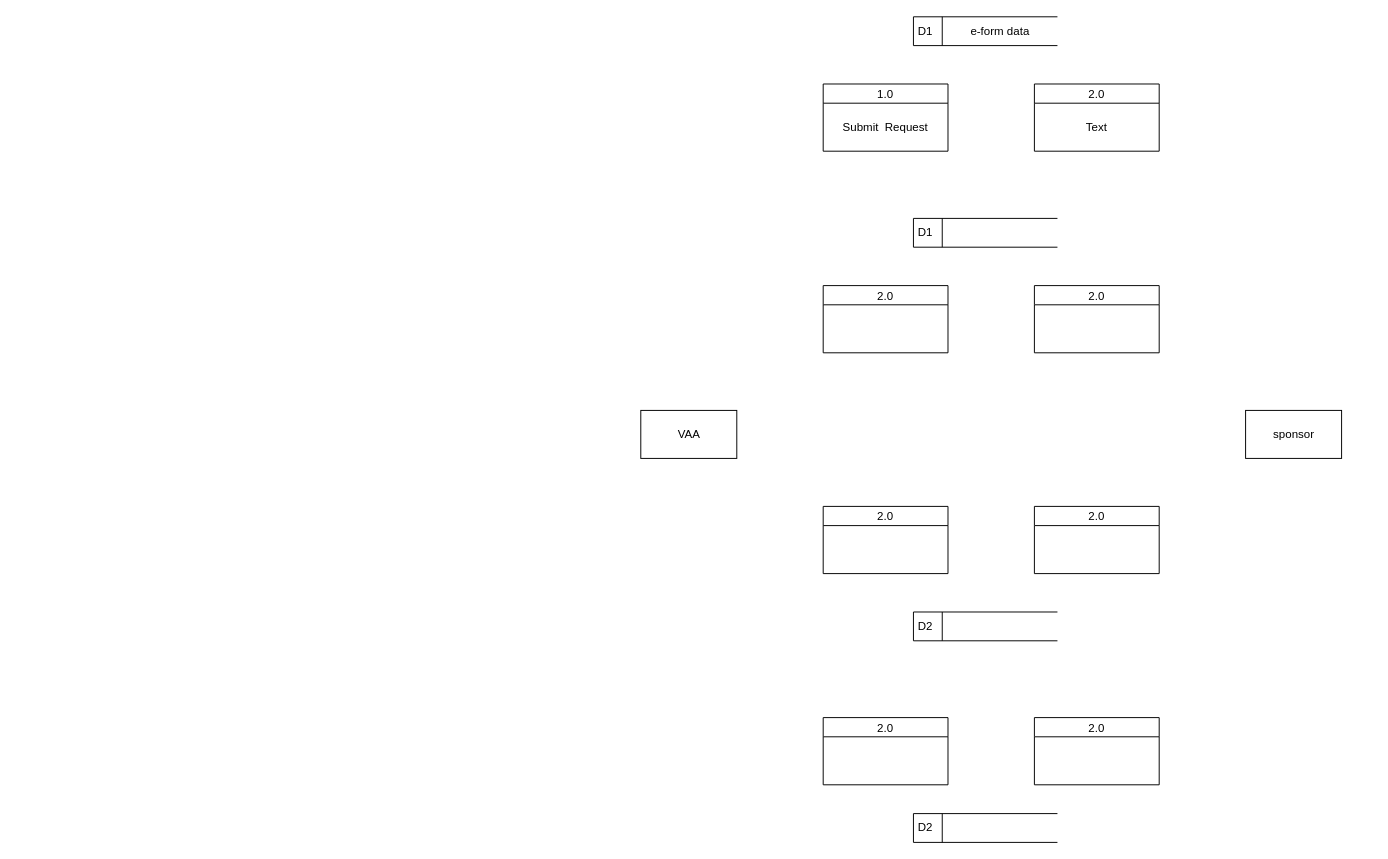
Before: DFD.drawio in forthegame/ANU2024, a draw.io diagram. Source tidied: cells renumbered, new cells numbered last; positions are measured from the earlier drawing's top-left corner, leaving out a move shared by most shapes. Both pictures are drawn from the tidied source at 96%, with x=0, y=0 at pixel (640, 16).
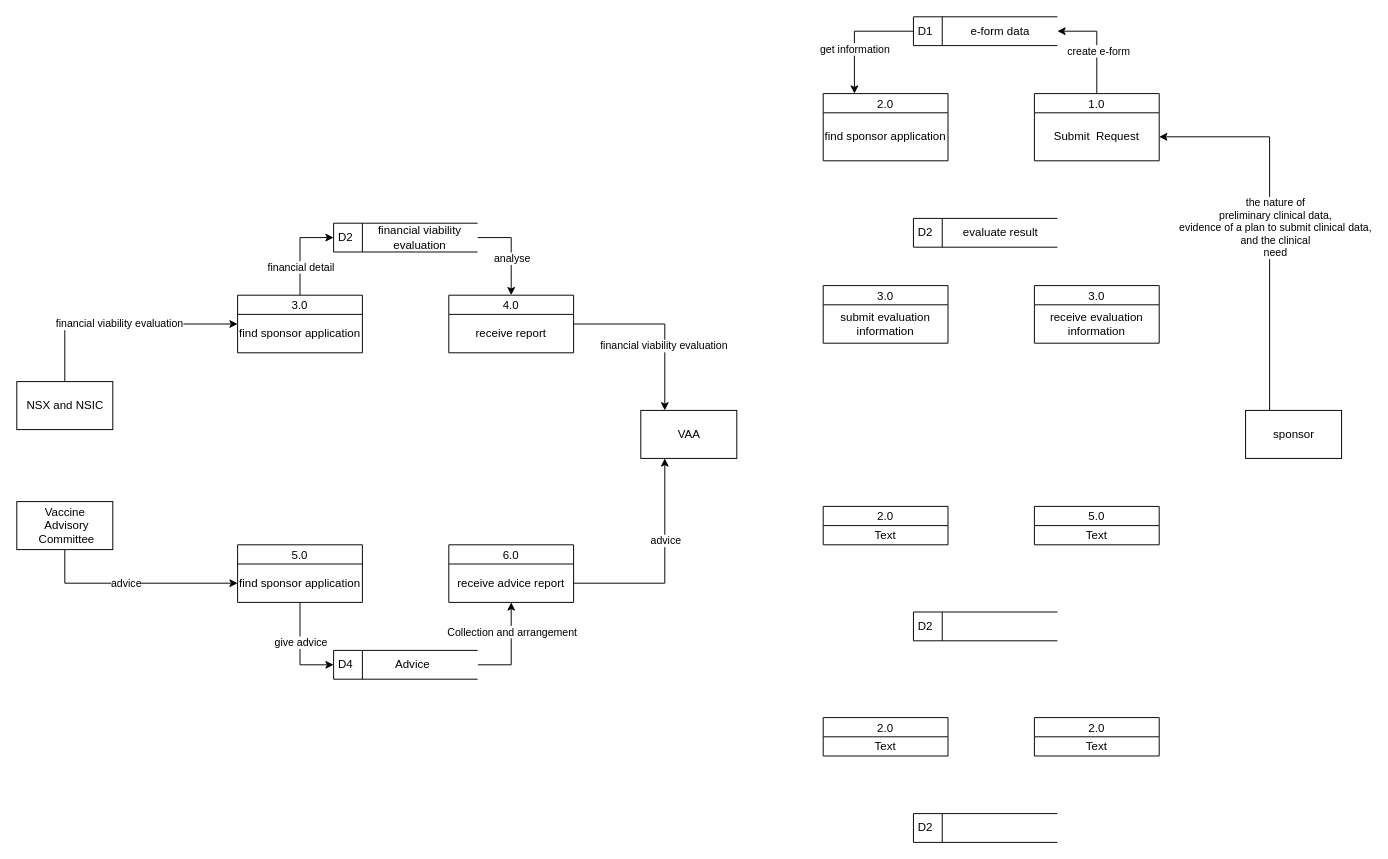
After the change.

The change refers to these unchanged cells:
```xml
<mxCell id="2" value="sponsor" style="html=1;dashed=0;whitespace=wrap;" parent="1" vertex="1">
  <mxGeometry x="630" y="410" width="100" height="50" as="geometry" />
</mxCell>
<mxCell id="4" value="Submit&amp;nbsp; Request" style="text;html=1;strokeColor=none;fillColor=none;align=center;verticalAlign=middle;whiteSpace=wrap;rounded=0;" parent="3" vertex="1">
  <mxGeometry y="20" width="130" height="50" as="geometry" />
</mxCell>
<mxCell id="6" value="VAA" style="html=1;dashed=0;whitespace=wrap;" parent="1" vertex="1">
  <mxGeometry y="410" width="100" height="50" as="geometry" />
</mxCell>
<mxCell id="17" value="D1" style="html=1;dashed=0;whitespace=wrap;shape=mxgraph.dfd.dataStoreID;align=left;spacingLeft=3;points=[[0,0],[0.5,0],[1,0],[0,0.5],[1,0.5],[0,1],[0.5,1],[1,1]];" parent="1" vertex="1">
  <mxGeometry x="284" width="150" height="30" as="geometry" />
</mxCell>
```

Change to the diagram source:
```diff
@@
+    <mxCell id="19" style="edgeStyle=orthogonalEdgeStyle;rounded=0;jettySize=auto;html=1;exitX=0.25;exitY=0;exitDx=0;exitDy=0;entryX=1;entryY=0.5;entryDx=0;entryDy=0;" parent="1" edge="1" source="2" target="4">
+      <mxGeometry relative="1" as="geometry" />
+    </mxCell>
+    <mxCell id="20" value="the nature of &lt;br/&gt;preliminary clinical data, &lt;br&gt;evidence of a plan to submit clinical data, &lt;br&gt;and the clinical &lt;br/&gt;need" style="edgeLabel;html=1;align=center;verticalAlign=middle;" parent="19" vertex="1">
+      <mxGeometry x="-0.06" y="1" relative="1" as="geometry">
+        <mxPoint x="6" y="-2" as="offset" />
+      </mxGeometry>
+    </mxCell>
@@
+    <mxCell id="21" style="edgeStyle=orthogonalEdgeStyle;rounded=0;jettySize=auto;html=1;exitX=0.5;exitY=0;exitDx=0;exitDy=0;entryX=1;entryY=0.5;entryDx=0;entryDy=0;" parent="1" edge="1" source="3" target="17">
+      <mxGeometry relative="1" as="geometry" />
+    </mxCell>
+    <mxCell id="22" value="create e-form" style="edgeLabel;html=1;align=center;verticalAlign=middle;" parent="21" vertex="1">
+      <mxGeometry x="-0.16" y="-1" relative="1" as="geometry" />
+    </mxCell>
     <mxCell id="3" value="1.0" style="swimlane;fontStyle=0;horizontal=1;startSize=20;fillColor=#ffffff;swimlaneFillColor=#ffffff;" parent="1" vertex="1">
-      <mxGeometry x="190" y="70" width="130" height="70" as="geometry" />
+      <mxGeometry x="410" y="80" width="130" height="70" as="geometry" />
     </mxCell>
@@
-    <mxCell id="5" value="D1" style="html=1;dashed=0;whitespace=wrap;shape=mxgraph.dfd.dataStoreID;align=left;spacingLeft=3;" parent="1" vertex="1">
+    <mxCell id="5" value="D2" style="html=1;dashed=0;whitespace=wrap;shape=mxgraph.dfd.dataStoreID;align=left;spacingLeft=3;" parent="1" vertex="1">
       <mxGeometry x="284" y="210" width="150" height="30" as="geometry" />
     </mxCell>
@@
-    <mxCell id="8" value="2.0" style="swimlane;fontStyle=0;horizontal=1;startSize=20;fillColor=#ffffff;swimlaneFillColor=#ffffff;" parent="1" vertex="1">
-      <mxGeometry x="410" y="280" width="130" height="70" as="geometry" />
+    <mxCell id="8" value="3.0" style="swimlane;fontStyle=0;horizontal=1;startSize=20;fillColor=#ffffff;swimlaneFillColor=#ffffff;" parent="1" vertex="1">
+      <mxGeometry x="410" y="280" width="130" height="60" as="geometry" />
     </mxCell>
+    <mxCell id="23" value="receive evaluation information" style="text;html=1;strokeColor=none;fillColor=none;align=center;verticalAlign=middle;whiteSpace=wrap;rounded=0;" parent="8" vertex="1">
+      <mxGeometry y="20" width="130" height="40" as="geometry" />
+    </mxCell>
     <mxCell id="9" value="2.0" style="swimlane;fontStyle=0;horizontal=1;startSize=20;fillColor=#ffffff;swimlaneFillColor=#ffffff;" parent="1" vertex="1">
-      <mxGeometry x="190" y="510" width="130" height="70" as="geometry" />
+      <mxGeometry x="190" y="510" width="130" height="40" as="geometry" />
     </mxCell>
+    <mxCell id="24" value="Text" style="text;html=1;strokeColor=none;fillColor=none;align=center;verticalAlign=middle;whiteSpace=wrap;rounded=0;" parent="9" vertex="1">
+      <mxGeometry y="20" width="130" height="20" as="geometry" />
+    </mxCell>
-    <mxCell id="10" value="2.0" style="swimlane;fontStyle=0;horizontal=1;startSize=20;fillColor=#ffffff;swimlaneFillColor=#ffffff;" parent="1" vertex="1">
-      <mxGeometry x="410" y="510" width="130" height="70" as="geometry" />
+    <mxCell id="10" value="5.0" style="swimlane;fontStyle=0;horizontal=1;startSize=20;fillColor=#ffffff;swimlaneFillColor=#ffffff;" parent="1" vertex="1">
+      <mxGeometry x="410" y="510" width="130" height="40" as="geometry" />
     </mxCell>
+    <mxCell id="25" value="Text" style="text;html=1;strokeColor=none;fillColor=none;align=center;verticalAlign=middle;whiteSpace=wrap;rounded=0;" parent="10" vertex="1">
+      <mxGeometry y="20" width="130" height="20" as="geometry" />
+    </mxCell>
     <mxCell id="11" value="2.0" style="swimlane;fontStyle=0;horizontal=1;startSize=20;fillColor=#ffffff;swimlaneFillColor=#ffffff;" parent="1" vertex="1">
-      <mxGeometry x="190" y="730" width="130" height="70" as="geometry" />
+      <mxGeometry x="190" y="730" width="130" height="40" as="geometry" />
     </mxCell>
+    <mxCell id="26" value="Text" style="text;html=1;strokeColor=none;fillColor=none;align=center;verticalAlign=middle;whiteSpace=wrap;rounded=0;" parent="11" vertex="1">
+      <mxGeometry y="20" width="130" height="20" as="geometry" />
+    </mxCell>
     <mxCell id="12" value="2.0" style="swimlane;fontStyle=0;horizontal=1;startSize=20;fillColor=#ffffff;swimlaneFillColor=#ffffff;" parent="1" vertex="1">
-      <mxGeometry x="410" y="730" width="130" height="70" as="geometry" />
+      <mxGeometry x="410" y="730" width="130" height="40" as="geometry" />
     </mxCell>
+    <mxCell id="27" value="Text" style="text;html=1;strokeColor=none;fillColor=none;align=center;verticalAlign=middle;whiteSpace=wrap;rounded=0;" parent="12" vertex="1">
+      <mxGeometry y="20" width="130" height="20" as="geometry" />
+    </mxCell>
@@
-    <mxCell id="14" value="2.0" style="swimlane;fontStyle=0;horizontal=1;startSize=20;fillColor=#ffffff;swimlaneFillColor=#ffffff;" parent="1" vertex="1">
-      <mxGeometry x="190" y="280" width="130" height="70" as="geometry" />
+    <mxCell id="14" value="3.0" style="swimlane;fontStyle=0;horizontal=1;startSize=20;fillColor=#ffffff;swimlaneFillColor=#ffffff;" parent="1" vertex="1">
+      <mxGeometry x="190" y="280" width="130" height="60" as="geometry" />
     </mxCell>
+    <mxCell id="28" value="submit evaluation information" style="text;html=1;strokeColor=none;fillColor=none;align=center;verticalAlign=middle;whiteSpace=wrap;rounded=0;" parent="14" vertex="1">
+      <mxGeometry y="20" width="130" height="40" as="geometry" />
+    </mxCell>
     <mxCell id="15" value="2.0" style="swimlane;fontStyle=0;horizontal=1;startSize=20;fillColor=#ffffff;swimlaneFillColor=#ffffff;" parent="1" vertex="1">
-      <mxGeometry x="410" y="70" width="130" height="70" as="geometry" />
+      <mxGeometry x="190" y="80" width="130" height="70" as="geometry" />
     </mxCell>
-    <mxCell id="16" value="Text" style="text;html=1;strokeColor=none;fillColor=none;align=center;verticalAlign=middle;whiteSpace=wrap;rounded=0;" parent="15" vertex="1">
+    <mxCell id="16" value="find sponsor application" style="text;html=1;strokeColor=none;fillColor=none;align=center;verticalAlign=middle;whiteSpace=wrap;rounded=0;" parent="15" vertex="1">
       <mxGeometry y="20" width="130" height="50" as="geometry" />
     </mxCell>
+    <mxCell id="29" style="edgeStyle=orthogonalEdgeStyle;rounded=0;jettySize=auto;html=1;exitX=0;exitY=0.5;exitDx=0;exitDy=0;entryX=0.25;entryY=0;entryDx=0;entryDy=0;" parent="1" edge="1" source="17" target="15">
+      <mxGeometry relative="1" as="geometry" />
+    </mxCell>
+    <mxCell id="30" value="get information" style="edgeLabel;html=1;align=center;verticalAlign=middle;" parent="29" vertex="1">
+      <mxGeometry x="0.27" relative="1" as="geometry" />
+    </mxCell>
@@
+    <mxCell id="31" value="evaluate result" style="text;html=1;strokeColor=none;fillColor=none;align=center;verticalAlign=middle;whiteSpace=wrap;rounded=0;" parent="1" vertex="1">
+      <mxGeometry x="330" y="215" width="90" height="20" as="geometry" />
+    </mxCell>
+    <mxCell id="32" style="edgeStyle=orthogonalEdgeStyle;rounded=0;jettySize=auto;html=1;exitX=0.5;exitY=0;exitDx=0;exitDy=0;entryX=0;entryY=0.25;entryDx=0;entryDy=0;" parent="1" edge="1" source="34" target="43">
+      <mxGeometry relative="1" as="geometry" />
+    </mxCell>
+    <mxCell id="33" value="financial viability evaluation" style="edgeLabel;html=1;align=center;verticalAlign=middle;" parent="32" vertex="1">
+      <mxGeometry x="-0.03" y="1" relative="1" as="geometry" />
+    </mxCell>
+    <mxCell id="34" value="NSX and NSIC" style="html=1;dashed=0;whitespace=wrap;" parent="1" vertex="1">
+      <mxGeometry x="-650" y="380" width="100" height="50" as="geometry" />
+    </mxCell>
+    <mxCell id="35" style="edgeStyle=orthogonalEdgeStyle;rounded=0;jettySize=auto;html=1;exitX=0.5;exitY=1;exitDx=0;exitDy=0;entryX=0;entryY=0.5;entryDx=0;entryDy=0;" parent="1" edge="1" source="37" target="47">
+      <mxGeometry relative="1" as="geometry" />
+    </mxCell>
+    <mxCell id="36" value="advice" style="edgeLabel;html=1;align=center;verticalAlign=middle;" parent="35" vertex="1">
+      <mxGeometry x="-0.09" y="2" relative="1" as="geometry">
+        <mxPoint y="1" as="offset" />
+      </mxGeometry>
+    </mxCell>
+    <mxCell id="37" value="Vaccine&lt;br&gt;&amp;nbsp;Advisory&lt;br&gt;&amp;nbsp;Committee" style="html=1;dashed=0;whitespace=wrap;" parent="1" vertex="1">
+      <mxGeometry x="-650" y="505" width="100" height="50" as="geometry" />
+    </mxCell>
+    <mxCell id="38" value="4.0" style="swimlane;fontStyle=0;horizontal=1;startSize=20;fillColor=#ffffff;swimlaneFillColor=#ffffff;" parent="1" vertex="1">
+      <mxGeometry x="-200" y="290" width="130" height="60" as="geometry" />
+    </mxCell>
+    <mxCell id="39" value="receive report" style="text;html=1;strokeColor=none;fillColor=none;align=center;verticalAlign=middle;whiteSpace=wrap;rounded=0;" parent="38" vertex="1">
+      <mxGeometry y="20" width="130" height="40" as="geometry" />
+    </mxCell>
+    <mxCell id="40" style="edgeStyle=orthogonalEdgeStyle;rounded=0;jettySize=auto;html=1;exitX=0.5;exitY=0;exitDx=0;exitDy=0;entryX=0;entryY=0.5;entryDx=0;entryDy=0;" parent="1" edge="1" source="42" target="51">
+      <mxGeometry relative="1" as="geometry" />
+    </mxCell>
+    <mxCell id="41" value="financial detail" style="edgeLabel;html=1;align=center;verticalAlign=middle;" parent="40" vertex="1">
+      <mxGeometry x="-0.04" y="1" relative="1" as="geometry">
+        <mxPoint x="1" y="16" as="offset" />
+      </mxGeometry>
+    </mxCell>
+    <mxCell id="42" value="3.0" style="swimlane;fontStyle=0;horizontal=1;startSize=20;fillColor=#ffffff;swimlaneFillColor=#ffffff;" parent="1" vertex="1">
+      <mxGeometry x="-420" y="290" width="130" height="60" as="geometry" />
+    </mxCell>
+    <mxCell id="43" value="find sponsor application" style="text;html=1;strokeColor=none;fillColor=none;align=center;verticalAlign=middle;whiteSpace=wrap;rounded=0;" parent="42" vertex="1">
+      <mxGeometry y="20" width="130" height="40" as="geometry" />
+    </mxCell>
+    <mxCell id="44" value="6.0" style="swimlane;fontStyle=0;horizontal=1;startSize=20;fillColor=#ffffff;swimlaneFillColor=#ffffff;" parent="1" vertex="1">
+      <mxGeometry x="-200" y="550" width="130" height="60" as="geometry" />
+    </mxCell>
+    <mxCell id="45" value="receive advice report" style="text;html=1;strokeColor=none;fillColor=none;align=center;verticalAlign=middle;whiteSpace=wrap;rounded=0;" parent="44" vertex="1">
+      <mxGeometry y="20" width="130" height="40" as="geometry" />
+    </mxCell>
+    <mxCell id="46" value="5.0" style="swimlane;fontStyle=0;horizontal=1;startSize=20;fillColor=#ffffff;swimlaneFillColor=#ffffff;" parent="1" vertex="1">
+      <mxGeometry x="-420" y="550" width="130" height="60" as="geometry" />
+    </mxCell>
+    <mxCell id="47" value="find sponsor application" style="text;html=1;strokeColor=none;fillColor=none;align=center;verticalAlign=middle;whiteSpace=wrap;rounded=0;" parent="46" vertex="1">
+      <mxGeometry y="20" width="130" height="40" as="geometry" />
+    </mxCell>
+    <mxCell id="48" style="edgeStyle=orthogonalEdgeStyle;rounded=0;jettySize=auto;html=1;exitX=1;exitY=0.5;exitDx=0;exitDy=0;entryX=0.5;entryY=1;entryDx=0;entryDy=0;" parent="1" edge="1" source="50" target="45">
+      <mxGeometry relative="1" as="geometry" />
+    </mxCell>
+    <mxCell id="49" value="Collection and arrangement" style="edgeLabel;html=1;align=center;verticalAlign=middle;" parent="48" vertex="1">
+      <mxGeometry x="-0.01" relative="1" as="geometry">
+        <mxPoint y="-20" as="offset" />
+      </mxGeometry>
+    </mxCell>
+    <mxCell id="50" value="D4" style="html=1;dashed=0;whitespace=wrap;shape=mxgraph.dfd.dataStoreID;align=left;spacingLeft=3;points=[[0,0],[0.5,0],[1,0],[0,0.5],[1,0.5],[0,1],[0.5,1],[1,1]];" parent="1" vertex="1">
+      <mxGeometry x="-320" y="660" width="150" height="30" as="geometry" />
+    </mxCell>
+    <mxCell id="51" value="D2" style="html=1;dashed=0;whitespace=wrap;shape=mxgraph.dfd.dataStoreID;align=left;spacingLeft=3;points=[[0,0],[0.5,0],[1,0],[0,0.5],[1,0.5],[0,1],[0.5,1],[1,1]];" parent="1" vertex="1">
+      <mxGeometry x="-320" y="215" width="150" height="30" as="geometry" />
+    </mxCell>
+    <mxCell id="52" style="edgeStyle=orthogonalEdgeStyle;rounded=0;jettySize=auto;html=1;exitX=1;exitY=0.5;exitDx=0;exitDy=0;entryX=0.5;entryY=0;entryDx=0;entryDy=0;" parent="1" edge="1" source="54" target="38">
+      <mxGeometry relative="1" as="geometry" />
+    </mxCell>
+    <mxCell id="53" value="analyse" style="edgeLabel;html=1;align=center;verticalAlign=middle;" parent="52" vertex="1">
+      <mxGeometry x="0.01" y="2" relative="1" as="geometry">
+        <mxPoint x="-2" y="8" as="offset" />
+      </mxGeometry>
+    </mxCell>
+    <mxCell id="54" value="financial viability &lt;br&gt;evaluation" style="text;html=1;strokeColor=none;fillColor=none;align=center;verticalAlign=middle;whiteSpace=wrap;rounded=0;" parent="1" vertex="1">
+      <mxGeometry x="-290" y="220" width="120" height="20" as="geometry" />
+    </mxCell>
+    <mxCell id="55" style="edgeStyle=orthogonalEdgeStyle;rounded=0;jettySize=auto;html=1;exitX=1;exitY=0.25;exitDx=0;exitDy=0;entryX=0.25;entryY=0;entryDx=0;entryDy=0;" parent="1" edge="1" source="39" target="6">
+      <mxGeometry relative="1" as="geometry" />
+    </mxCell>
+    <mxCell id="56" value="financial viability evaluation" style="edgeLabel;html=1;align=center;verticalAlign=middle;" parent="55" vertex="1">
+      <mxGeometry x="0.26" y="-2" relative="1" as="geometry" />
+    </mxCell>
+    <mxCell id="57" value="Advice" style="text;html=1;strokeColor=none;fillColor=none;align=center;verticalAlign=middle;whiteSpace=wrap;rounded=0;" parent="1" vertex="1">
+      <mxGeometry x="-265" y="665" width="55" height="20" as="geometry" />
+    </mxCell>
+    <mxCell id="58" style="edgeStyle=orthogonalEdgeStyle;rounded=0;jettySize=auto;html=1;exitX=0.5;exitY=1;exitDx=0;exitDy=0;entryX=0;entryY=0.5;entryDx=0;entryDy=0;" parent="1" edge="1" source="47" target="50">
+      <mxGeometry relative="1" as="geometry" />
+    </mxCell>
+    <mxCell id="59" value="give advice" style="edgeLabel;html=1;align=center;verticalAlign=middle;" parent="58" vertex="1">
+      <mxGeometry x="-0.03" relative="1" as="geometry">
+        <mxPoint y="-8" as="offset" />
+      </mxGeometry>
+    </mxCell>
+    <mxCell id="60" style="edgeStyle=orthogonalEdgeStyle;rounded=0;jettySize=auto;html=1;exitX=1;exitY=0.5;exitDx=0;exitDy=0;entryX=0.25;entryY=1;entryDx=0;entryDy=0;" parent="1" edge="1" source="45" target="6">
+      <mxGeometry relative="1" as="geometry" />
+    </mxCell>
+    <mxCell id="61" value="advice" style="edgeLabel;html=1;align=center;verticalAlign=middle;" parent="60" vertex="1">
+      <mxGeometry x="0.24" relative="1" as="geometry" />
+    </mxCell>
```
